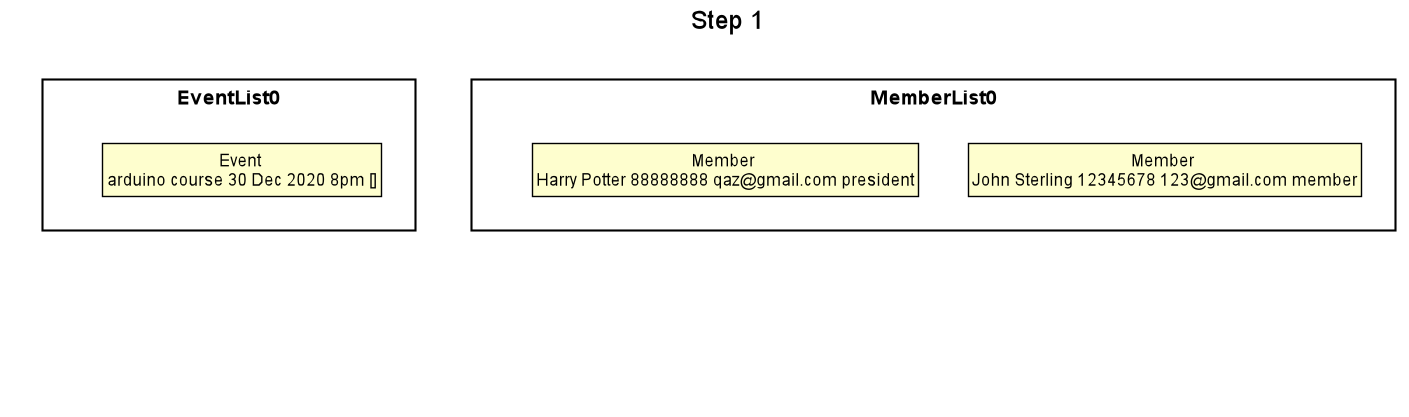
The PlantUML diagram docs/EventDiagram/EventSteps/7Step2.png in nus-cs2113-AY2021S1/tp, before a commit. Its diagram source:
```plantuml
@startuml





skinparam BackgroundColor #FFFFFFF

skinparam Shadowing false

skinparam Class {
    FontColor #FFFFFF
    BorderThickness 1
    BorderColor #FFFFFF
    StereotypeFontColor #FFFFFF
    FontName Arial
}

skinparam Actor {
    BorderColor #000000
    Color #000000
    FontName Arial
}

skinparam Sequence {
    MessageAlign center
    BoxFontSize 15
    BoxPadding 0
    BoxFontColor #FFFFFF
    FontName Arial
}

skinparam Participant {
    FontColor #FFFFFFF
    Padding 20
}

skinparam MinClassWidth 50
skinparam ParticipantPadding 10
skinparam Shadowing false
skinparam DefaultTextAlignment center
skinparam packageStyle Rectangle

hide footbox
hide members
hide circle
skinparam ClassFontColor #000000
skinparam ClassBorderColor #000000

title Step 1

package EventList0 {
    class State1 as "Event \narduino course 30 Dec 2020 8pm []"
}

package EventList1 {
    class State4 as "Event \narduino course 30 Dec 2020 8pm [Harry Potter, John Sterling]"
}

package MemberList0 {
    class State2 as "Member \nJohn Sterling 12345678 123@gmail.com member"
    class State3 as "Member \nHarry Potter 88888888 qaz@gmail.com president"
}

EventList0 -->EventList1
MemberList0 -->EventList1

hide EventList1

@enduml
```
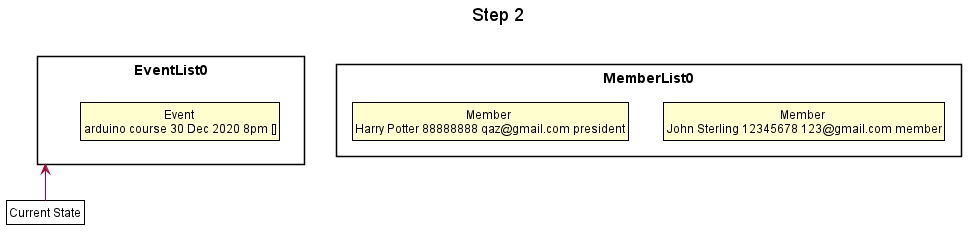
After the change.

The edit, as a diff of the source:
```diff
@@ -47,14 +47,10 @@
 skinparam ClassFontColor #000000
 skinparam ClassBorderColor #000000
 
-title Step 1
+title Step 2
 
 package EventList0 {
     class State1 as "Event \narduino course 30 Dec 2020 8pm []"
-}
-
-package EventList1 {
-    class State4 as "Event \narduino course 30 Dec 2020 8pm [Harry Potter, John Sterling]"
 }
 
 package MemberList0 {
@@ -62,9 +58,8 @@
     class State3 as "Member \nHarry Potter 88888888 qaz@gmail.com president"
 }
 
-EventList0 -->EventList1
-MemberList0 -->EventList1
+class Pointer as "Current State" #FFFFF
+Pointer -up-> EventList0
 
-hide EventList1
 
 @enduml
```
